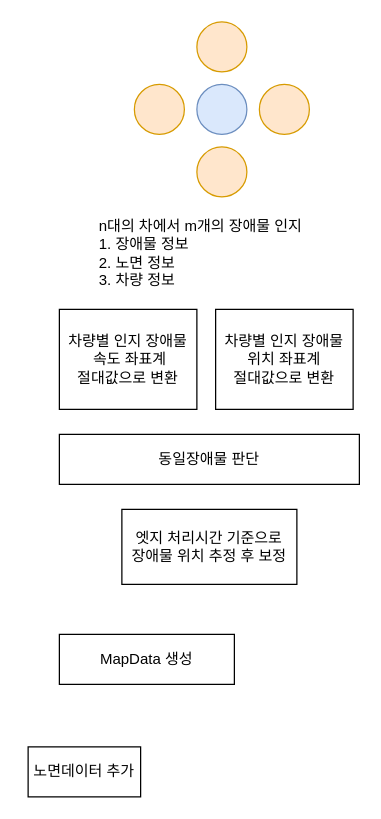
This is Untitled Diagram.drawio from fittingend/edge_SDK, a draw.io file, before an edit. Source tidied: cells renumbered, new cells numbered last; positions are measured from the earlier drawing's top-left corner, leaving out a move shared by most shapes. Both pictures are drawn from the tidied source at 125%, with x=0, y=0 at pixel (28, 21).
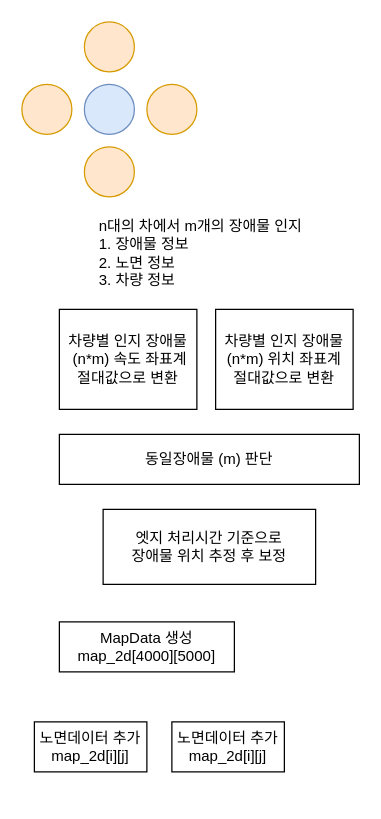
The same page after the edit.

The edit, as a diff of the source:
```diff
@@
 <mxGraphModel>
   <root>
     <mxCell id="0" />
     <mxCell id="1" parent="0" />
-    <mxCell id="2" value="차량별 인지 장애물&lt;br&gt;&amp;nbsp;속도 좌표계 &lt;br&gt;절대값으로 변환" style="rounded=0;whiteSpace=wrap;html=1;" parent="1" vertex="1">
+    <mxCell id="2" value="차량별 인지 장애물&lt;br&gt;&amp;nbsp;(n*m) 속도 좌표계 &lt;br&gt;절대값으로 변환" style="rounded=0;whiteSpace=wrap;html=1;" parent="1" vertex="1">
       <mxGeometry x="25" y="230" width="110" height="80" as="geometry" />
     </mxCell>
     <mxCell id="3" style="ellipse;whiteSpace=wrap;html=1;fillColor=#ffe6cc;strokeColor=#d79b00;" parent="1" vertex="1">
-      <mxGeometry x="135" width="40" height="40" as="geometry" />
+      <mxGeometry x="45" width="40" height="40" as="geometry" />
     </mxCell>
     <mxCell id="4" style="ellipse;whiteSpace=wrap;html=1;fillColor=#ffe6cc;strokeColor=#d79b00;" parent="1" vertex="1">
-      <mxGeometry x="135" y="100" width="40" height="40" as="geometry" />
+      <mxGeometry x="45" y="100" width="40" height="40" as="geometry" />
     </mxCell>
     <mxCell id="5" style="ellipse;whiteSpace=wrap;html=1;fillColor=#ffe6cc;strokeColor=#d79b00;" parent="1" vertex="1">
-      <mxGeometry x="85" y="50" width="40" height="40" as="geometry" />
+      <mxGeometry x="-5" y="50" width="40" height="40" as="geometry" />
     </mxCell>
     <mxCell id="6" style="ellipse;whiteSpace=wrap;html=1;fillColor=#ffe6cc;strokeColor=#d79b00;" parent="1" vertex="1">
-      <mxGeometry x="185" y="50" width="40" height="40" as="geometry" />
+      <mxGeometry x="95" y="50" width="40" height="40" as="geometry" />
     </mxCell>
     <mxCell id="7" style="ellipse;whiteSpace=wrap;html=1;fillColor=#dae8fc;strokeColor=#6c8ebf;" parent="1" vertex="1">
-      <mxGeometry x="135" y="50" width="40" height="40" as="geometry" />
+      <mxGeometry x="45" y="50" width="40" height="40" as="geometry" />
     </mxCell>
     <mxCell id="8" value="n대의 차에서 m개의 장애물 인지&lt;br&gt;1. 장애물 정보&amp;nbsp;&lt;br&gt;2. 노면 정보&lt;br&gt;3. 차량 정보" style="text;html=1;strokeColor=none;fillColor=none;align=left;verticalAlign=middle;whiteSpace=wrap;rounded=0;" parent="1" vertex="1">
       <mxGeometry x="55" y="170" width="210" height="30" as="geometry" />
     </mxCell>
     <mxCell id="9" style="edgeStyle=orthogonalEdgeStyle;rounded=0;orthogonalLoop=1;jettySize=auto;html=1;exitX=0.5;exitY=1;exitDx=0;exitDy=0;" parent="1" edge="1" source="2" target="2">
       <mxGeometry relative="1" as="geometry" />
     </mxCell>
-    <mxCell id="10" value="차량별 인지 장애물&lt;br&gt;위치 좌표계&lt;br&gt;절대값으로 변환" style="rounded=0;whiteSpace=wrap;html=1;" parent="1" vertex="1">
+    <mxCell id="10" value="차량별 인지 장애물&lt;br&gt;(n*m)&amp;nbsp;위치 좌표계&lt;br&gt;절대값으로 변환" style="rounded=0;whiteSpace=wrap;html=1;" parent="1" vertex="1">
       <mxGeometry x="150" y="230" width="110" height="80" as="geometry" />
     </mxCell>
     <mxCell id="11" value="엣지 처리시간 기준으로 &lt;br&gt;장애물 위치 추정 후 보정" style="rounded=0;whiteSpace=wrap;html=1;" parent="1" vertex="1">
-      <mxGeometry x="75" y="390" width="140" height="60" as="geometry" />
+      <mxGeometry x="60" y="390" width="170" height="60" as="geometry" />
     </mxCell>
-    <mxCell id="12" value="MapData 생성" style="rounded=0;whiteSpace=wrap;html=1;" parent="1" vertex="1">
-      <mxGeometry x="25" y="490" width="140" height="40" as="geometry" />
+    <mxCell id="12" value="MapData 생성&lt;br&gt;map_2d[4000][5000]" style="rounded=0;whiteSpace=wrap;html=1;" parent="1" vertex="1">
+      <mxGeometry x="25" y="480" width="140" height="40" as="geometry" />
     </mxCell>
-    <mxCell id="13" value="노면데이터 추가" style="rounded=0;whiteSpace=wrap;html=1;" parent="1" vertex="1">
-      <mxGeometry y="580" width="90" height="40" as="geometry" />
+    <mxCell id="13" value="노면데이터 추가&lt;br&gt;map_2d[i][j]" style="rounded=0;whiteSpace=wrap;html=1;" parent="1" vertex="1">
+      <mxGeometry x="5" y="560" width="90" height="40" as="geometry" />
     </mxCell>
-    <mxCell id="14" value="동일장애물 판단" style="rounded=0;whiteSpace=wrap;html=1;" parent="1" vertex="1">
+    <mxCell id="14" value="동일장애물 (m) 판단" style="rounded=0;whiteSpace=wrap;html=1;" parent="1" vertex="1">
       <mxGeometry x="25" y="330" width="240" height="40" as="geometry" />
     </mxCell>
+    <mxCell id="15" value="노면데이터 추가&lt;br&gt;map_2d[i][j]" style="rounded=0;whiteSpace=wrap;html=1;" parent="1" vertex="1">
+      <mxGeometry x="115" y="560" width="90" height="40" as="geometry" />
+    </mxCell>
   </root>
 </mxGraphModel>
```
